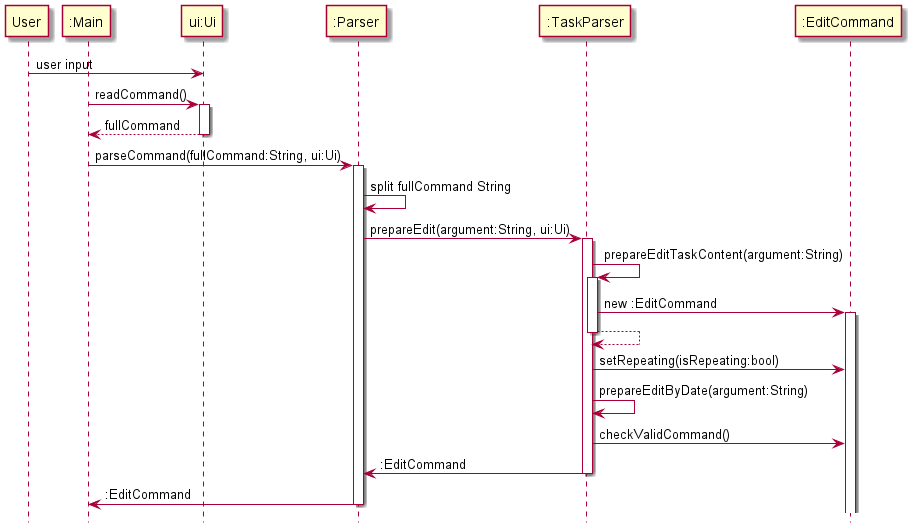
Above: docs/images/EditParseUserInputSD.png in nus-cs2113-AY2122S2/tp (PlantUML), before the change. Its diagram source:
```plantuml
@startuml

 hide footbox
 participant User as "User"
 participant Main as ":Main"
 participant Ui as "ui:Ui"
 participant Parser as ":Parser"
 participant TaskParser as ":TaskParser"
 participant EditCommand as ":EditCommand"

 User -> Ui: user input

 Main -> Ui: readCommand()
 activate Ui
 Ui --> Main: fullCommand
 deactivate Ui

 Main -> Parser: parseCommand(fullCommand:String, ui:Ui)

 activate Parser
 Parser -> Parser: split fullCommand String
 Parser -> TaskParser: prepareEdit(argument:String, ui:Ui)

 activate TaskParser
 TaskParser -> TaskParser: prepareEditTaskContent(argument:String)
 activate TaskParser
 TaskParser -> EditCommand: new :EditCommand
 activate EditCommand
 TaskParser --> TaskParser
 deactivate TaskParser
 TaskParser -> EditCommand: setRepeating(isRepeating:bool)
 TaskParser -> TaskParser: prepareEditByDate(argument:String)
 TaskParser -> EditCommand: checkValidCommand()
 TaskParser -> Parser: :EditCommand
 deactivate TaskParser
 Parser -> Main: :EditCommand
 deactivate Parser

 @enduml
```
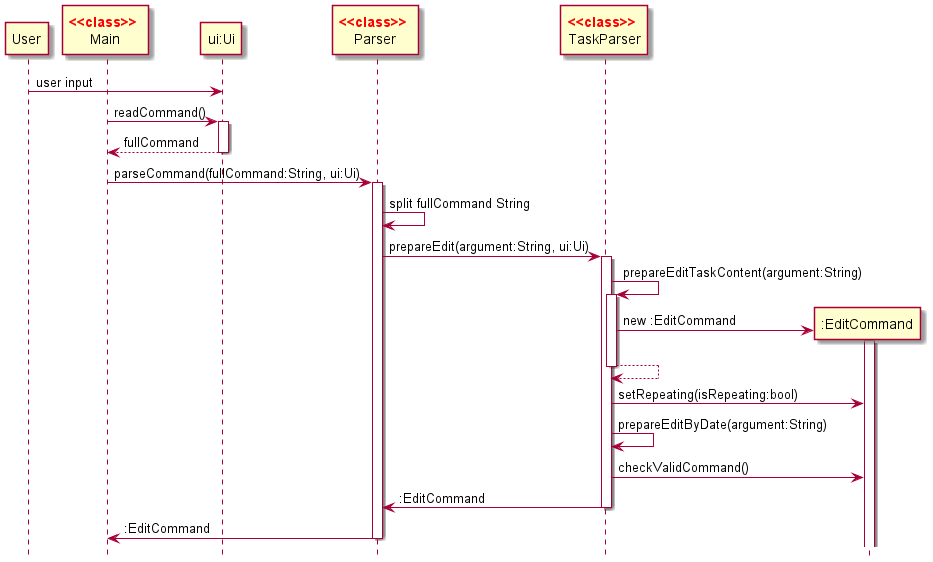
Above is the later version.

Commit message:
Update sequence diagram picture

Diff of the diagram source:
```diff
@@ -2,10 +2,10 @@
 
  hide footbox
  participant User as "User"
- participant Main as ":Main"
+ participant Main as "<font color=red>**<<class>>** \nMain"
  participant Ui as "ui:Ui"
- participant Parser as ":Parser"
- participant TaskParser as ":TaskParser"
+ participant Parser as "<font color=red>**<<class>>** \nParser"
+ participant TaskParser as "<font color=red>**<<class>>** \nTaskParser"
  participant EditCommand as ":EditCommand"
 
  User -> Ui: user input
@@ -24,7 +24,7 @@
  activate TaskParser
  TaskParser -> TaskParser: prepareEditTaskContent(argument:String)
  activate TaskParser
- TaskParser -> EditCommand: new :EditCommand
+ TaskParser -> EditCommand **: new :EditCommand
  activate EditCommand
  TaskParser --> TaskParser
  deactivate TaskParser
```
